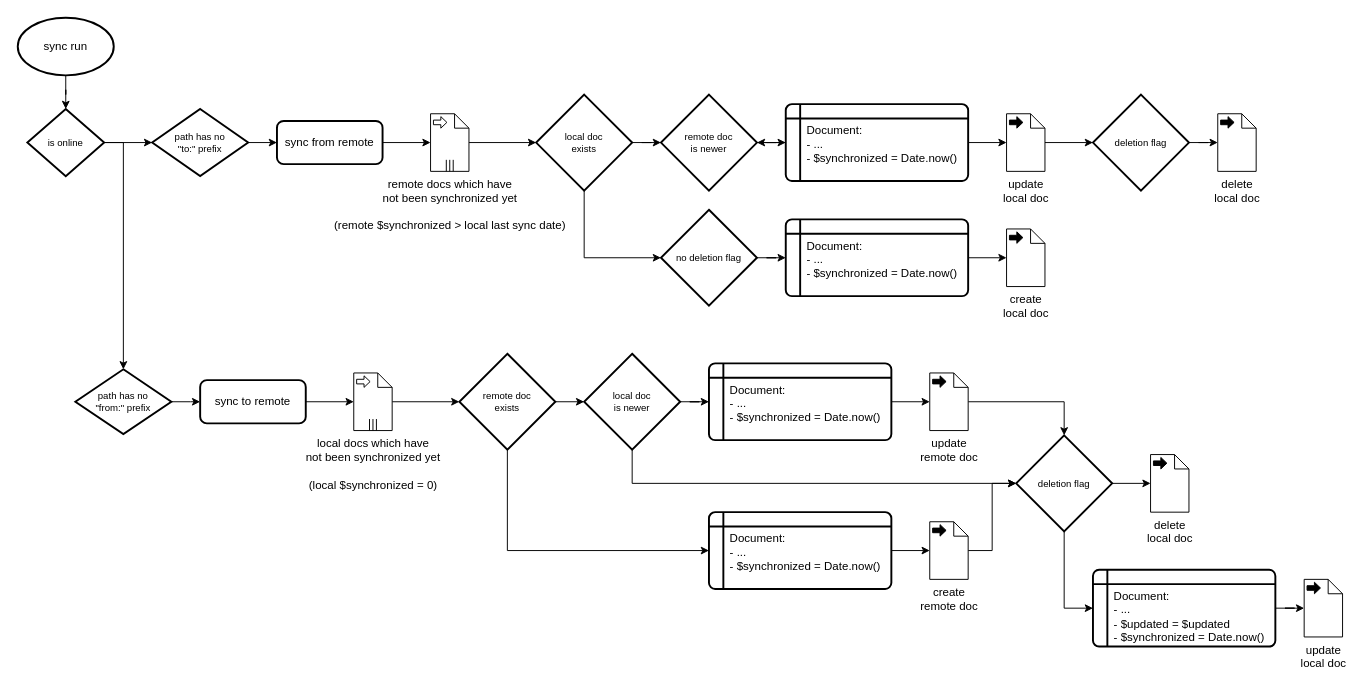
scriptPilot/dexie-mysql-sync keeps this draw.io diagram as flowchart-sync.drawio. Above is the earlier version. Source tidied: cells renumbered, new cells numbered last; positions are measured from the earlier drawing's top-left corner, leaving out a move shared by most shapes. Both pictures are drawn from the tidied source at 96%, with x=0, y=0 at pixel (17, 17).
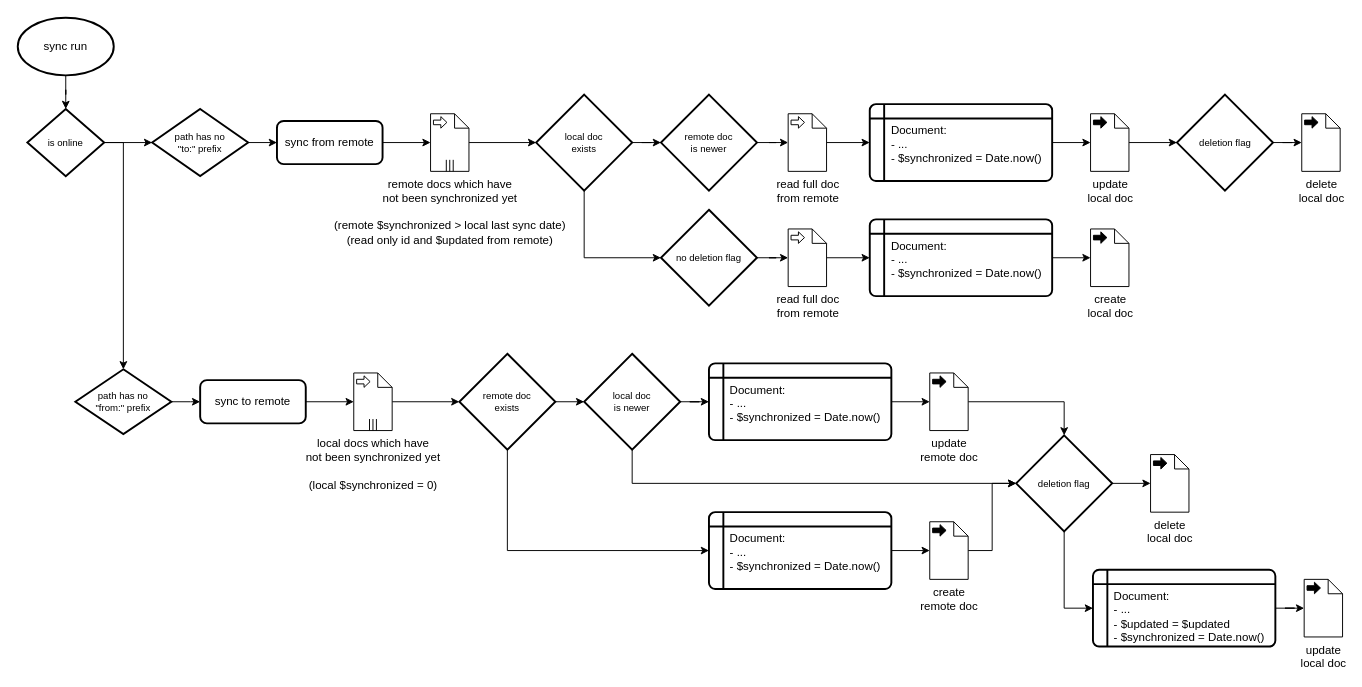
After the change.

Commit message (it also covers changes not shown here):
read full remote docs only if newer

closes #34

The change refers to these unchanged cells:
```xml
<mxCell id="40" value="no deletion flag" style="strokeWidth=2;html=1;shape=mxgraph.flowchart.decision;whiteSpace=wrap;fontSize=10;" parent="1" vertex="1">
  <mxGeometry x="670" y="200" width="100" height="100" as="geometry" />
</mxCell>
<mxCell id="42" value="remote doc&lt;br&gt;is newer" style="strokeWidth=2;html=1;shape=mxgraph.flowchart.decision;whiteSpace=wrap;fontSize=10;" parent="1" vertex="1">
  <mxGeometry x="670" y="80" width="100" height="100" as="geometry" />
</mxCell>
```

The edit, as a diff of the source:
```diff
@@
     <mxCell id="7" value="create&lt;br&gt;local doc" style="shape=mxgraph.bpmn.data;labelPosition=center;verticalLabelPosition=bottom;align=center;verticalAlign=top;size=15;html=1;bpmnTransferType=output;" parent="1" vertex="1">
-      <mxGeometry x="1030" y="220" width="40" height="60" as="geometry" />
+      <mxGeometry x="1117.5" y="220" width="40" height="60" as="geometry" />
     </mxCell>
@@
     <mxCell id="13" value="Document:&lt;br&gt;- ...&lt;br&gt;- $synchronized = Date.now()" style="shape=internalStorage;whiteSpace=wrap;html=1;dx=15;dy=15;rounded=1;arcSize=8;strokeWidth=2;spacing=0;verticalAlign=top;spacingTop=16;align=left;spacingLeft=22;" parent="1" vertex="1">
-      <mxGeometry x="800" y="210" width="190" height="80" as="geometry" />
+      <mxGeometry x="887.5" y="210" width="190" height="80" as="geometry" />
     </mxCell>
@@
-    <mxCell id="17" value="remote docs which have&lt;br&gt;not been synchronized yet&lt;br&gt;&lt;br&gt;(remote $synchronized &amp;gt; local last sync date)" style="shape=mxgraph.bpmn.data;labelPosition=center;verticalLabelPosition=bottom;align=center;verticalAlign=top;size=15;html=1;bpmnTransferType=input;isCollection=1;" parent="1" vertex="1">
+    <mxCell id="17" value="remote docs which have&lt;br&gt;not been synchronized yet&lt;br&gt;&lt;br&gt;(remote $synchronized &amp;gt; local last sync date)&lt;div&gt;(read only id and $updated from remote)&lt;/div&gt;" style="shape=mxgraph.bpmn.data;labelPosition=center;verticalLabelPosition=bottom;align=center;verticalAlign=top;size=15;html=1;bpmnTransferType=input;isCollection=1;" parent="1" vertex="1">
       <mxGeometry x="430" y="100" width="40" height="60" as="geometry" />
     </mxCell>
@@
     <mxCell id="20" value="update&lt;br&gt;local doc" style="shape=mxgraph.bpmn.data;labelPosition=center;verticalLabelPosition=bottom;align=center;verticalAlign=top;size=15;html=1;bpmnTransferType=output;" parent="1" vertex="1">
-      <mxGeometry x="1030" y="100" width="40" height="60" as="geometry" />
+      <mxGeometry x="1117.5" y="100" width="40" height="60" as="geometry" />
     </mxCell>
@@
-    <mxCell id="22" style="edgeStyle=orthogonalEdgeStyle;rounded=0;jettySize=auto;html=1;" parent="1" edge="1" source="23" target="42">
-      <mxGeometry relative="1" as="geometry" />
-    </mxCell>
     <mxCell id="23" value="Document:&lt;br&gt;- ...&lt;br&gt;- $synchronized = Date.now()" style="shape=internalStorage;whiteSpace=wrap;html=1;dx=15;dy=15;rounded=1;arcSize=8;strokeWidth=2;spacing=0;verticalAlign=top;spacingTop=16;align=left;spacingLeft=22;" parent="1" vertex="1">
-      <mxGeometry x="800" y="90" width="190" height="80" as="geometry" />
+      <mxGeometry x="887.5" y="90" width="190" height="80" as="geometry" />
     </mxCell>
@@
     <mxCell id="38" value="delete&lt;br&gt;local doc" style="shape=mxgraph.bpmn.data;labelPosition=center;verticalLabelPosition=bottom;align=center;verticalAlign=top;size=15;html=1;bpmnTransferType=output;" parent="1" vertex="1">
-      <mxGeometry x="1250" y="100" width="40" height="60" as="geometry" />
+      <mxGeometry x="1337.5" y="100" width="40" height="60" as="geometry" />
     </mxCell>
-    <mxCell id="39" style="edgeStyle=orthogonalEdgeStyle;rounded=0;jettySize=auto;html=1;" parent="1" edge="1" source="40" target="13">
-      <mxGeometry relative="1" as="geometry" />
-    </mxCell>
+    <mxCell id="58" style="edgeStyle=orthogonalEdgeStyle;rounded=0;jettySize=auto;html=1;" parent="1" edge="1" source="40" target="63">
+      <mxGeometry relative="1" as="geometry" />
+    </mxCell>
@@
-    <mxCell id="41" style="edgeStyle=orthogonalEdgeStyle;rounded=0;jettySize=auto;html=1;exitX=1;exitY=0.5;exitDx=0;exitDy=0;exitPerimeter=0;entryX=0;entryY=0.5;entryDx=0;entryDy=0;" parent="1" edge="1" source="42" target="23">
-      <mxGeometry relative="1" as="geometry" />
-    </mxCell>
+    <mxCell id="59" style="edgeStyle=orthogonalEdgeStyle;rounded=0;jettySize=auto;html=1;" parent="1" edge="1" source="42" target="61">
+      <mxGeometry relative="1" as="geometry" />
+    </mxCell>
@@
     <mxCell id="44" value="deletion flag" style="strokeWidth=2;html=1;shape=mxgraph.flowchart.decision;whiteSpace=wrap;fontSize=10;" parent="1" vertex="1">
-      <mxGeometry x="1120" y="80" width="100" height="100" as="geometry" />
+      <mxGeometry x="1207.5" y="80" width="100" height="100" as="geometry" />
     </mxCell>
@@
+    <mxCell id="60" style="edgeStyle=orthogonalEdgeStyle;rounded=0;jettySize=auto;html=1;" parent="1" edge="1" source="61" target="23">
+      <mxGeometry relative="1" as="geometry" />
+    </mxCell>
+    <mxCell id="61" value="read full doc&lt;div&gt;from remote&lt;/div&gt;" style="shape=mxgraph.bpmn.data;labelPosition=center;verticalLabelPosition=bottom;align=center;verticalAlign=top;size=15;html=1;bpmnTransferType=input;" parent="1" vertex="1">
+      <mxGeometry x="802.5" y="100" width="40" height="60" as="geometry" />
+    </mxCell>
+    <mxCell id="62" style="edgeStyle=orthogonalEdgeStyle;rounded=0;jettySize=auto;html=1;" parent="1" edge="1" source="63" target="13">
+      <mxGeometry relative="1" as="geometry" />
+    </mxCell>
+    <mxCell id="63" value="read full doc&lt;div&gt;from remote&lt;/div&gt;" style="shape=mxgraph.bpmn.data;labelPosition=center;verticalLabelPosition=bottom;align=center;verticalAlign=top;size=15;html=1;bpmnTransferType=input;" parent="1" vertex="1">
+      <mxGeometry x="802.5" y="220" width="40" height="60" as="geometry" />
+    </mxCell>
```
